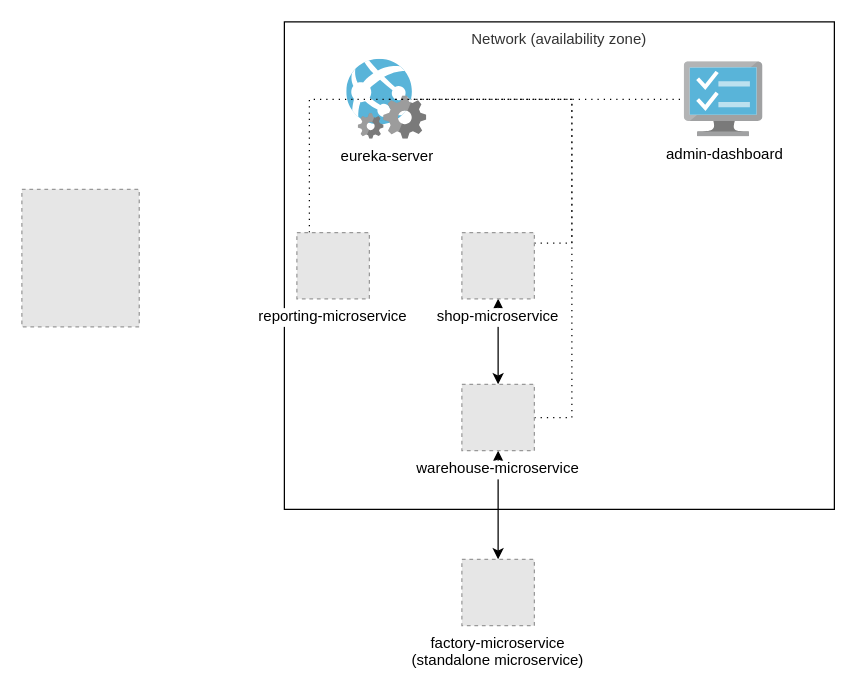
Earlier version of the draw.io diagram docs/high-level-design-diagram.drawio (maciek1839/spring-cloud-demo). Source tidied: cells renumbered, new cells numbered last; positions are measured from the earlier drawing's top-left corner, leaving out a move shared by most shapes. Both pictures are drawn from the tidied source at 125%, with x=0, y=0 at pixel (21, 21). Pictures stored in the file or linked from it are replaced by grey dashed boxes.
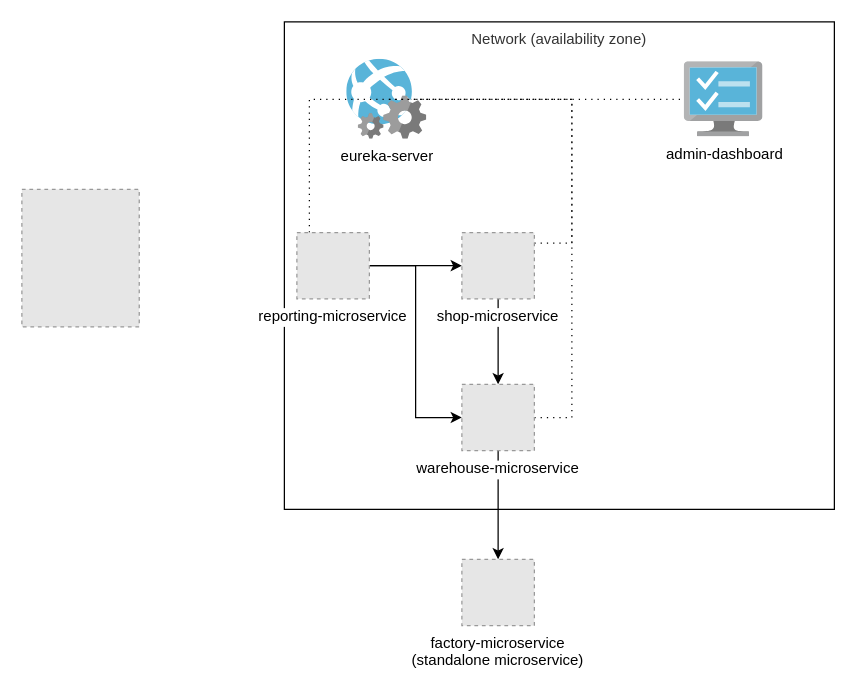
The same diagram, later.

The change refers to these unchanged cells:
```xml
<mxCell id="7" value="reporting-microservice" style="fillColor=#E6E6E6;strokeColor=#999999;dashed=1;verticalLabelPosition=bottom;labelBackgroundColor=#ffffff;verticalAlign=top;" parent="1" vertex="1">
  <mxGeometry x="220" y="168.5" width="58" height="53" as="geometry" />
</mxCell>
<mxCell id="10" value="shop-microservice" style="fillColor=#E6E6E6;strokeColor=#999999;dashed=1;verticalLabelPosition=bottom;labelBackgroundColor=#ffffff;verticalAlign=top;" parent="1" vertex="1">
  <mxGeometry x="352" y="168.5" width="58" height="53" as="geometry" />
</mxCell>
<mxCell id="13" value="warehouse-microservice" style="fillColor=#E6E6E6;strokeColor=#999999;dashed=1;verticalLabelPosition=bottom;labelBackgroundColor=#ffffff;verticalAlign=top;" parent="1" vertex="1">
  <mxGeometry x="352" y="290" width="58" height="53" as="geometry" />
</mxCell>
<mxCell id="14" value="factory-microservice&#10;(standalone microservice)" style="fillColor=#E6E6E6;strokeColor=#999999;dashed=1;verticalLabelPosition=bottom;labelBackgroundColor=#ffffff;verticalAlign=top;" parent="1" vertex="1">
  <mxGeometry x="352" y="430" width="58" height="53" as="geometry" />
</mxCell>
```

Change to the diagram source:
```diff
@@
+    <mxCell id="16" style="edgeStyle=orthogonalEdgeStyle;rounded=0;jettySize=auto;html=1;" parent="1" edge="1" source="7" target="10">
+      <mxGeometry relative="1" as="geometry" />
+    </mxCell>
+    <mxCell id="17" style="edgeStyle=orthogonalEdgeStyle;rounded=0;jettySize=auto;html=1;entryX=0;entryY=0.5;entryDx=0;entryDy=0;" parent="1" edge="1" source="7" target="13">
+      <mxGeometry relative="1" as="geometry" />
+    </mxCell>
@@
-    <mxCell id="9" style="edgeStyle=orthogonalEdgeStyle;rounded=0;jettySize=auto;html=1;entryX=0.5;entryY=0;entryDx=0;entryDy=0;startArrow=classic;startFill=1;" parent="1" edge="1" source="10" target="13">
+    <mxCell id="9" style="edgeStyle=orthogonalEdgeStyle;rounded=0;jettySize=auto;html=1;entryX=0.5;entryY=0;entryDx=0;entryDy=0;startArrow=none;startFill=0;" parent="1" edge="1" source="10" target="13">
       <mxGeometry relative="1" as="geometry" />
     </mxCell>
@@
-    <mxCell id="12" style="edgeStyle=orthogonalEdgeStyle;rounded=0;jettySize=auto;html=1;startArrow=classic;startFill=1;" parent="1" edge="1" source="13" target="14">
+    <mxCell id="12" style="edgeStyle=orthogonalEdgeStyle;rounded=0;jettySize=auto;html=1;startArrow=none;startFill=0;" parent="1" edge="1" source="13" target="14">
       <mxGeometry relative="1" as="geometry" />
     </mxCell>
```
